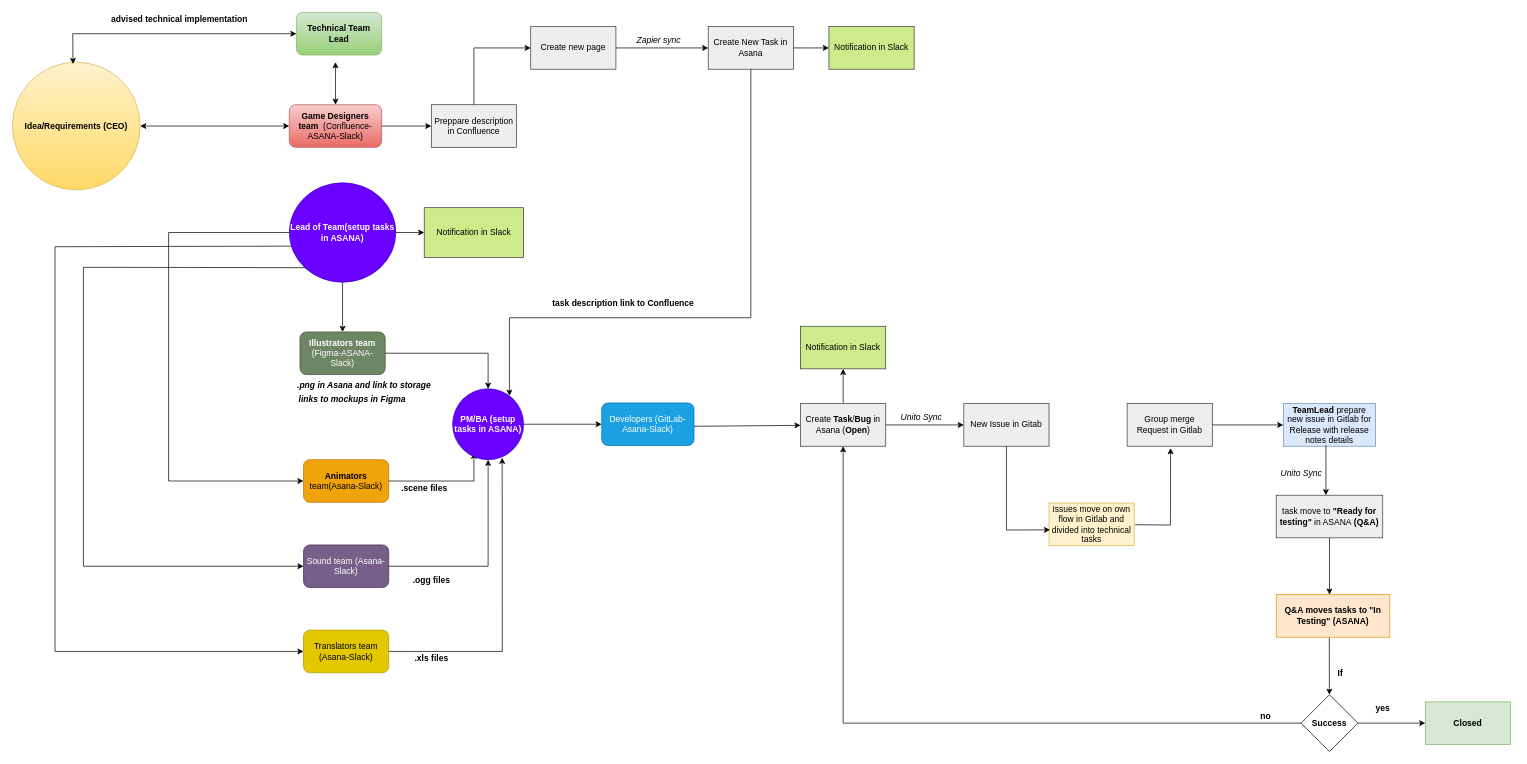
Earlier version of the draw.io diagram Development Sky network BP Diagram.drawio (annastazi09/blog). Source tidied: cells renumbered, new cells numbered last; positions are measured from the earlier drawing's top-left corner, leaving out a move shared by most shapes. Both pictures are drawn from the tidied source at 71%, with x=0, y=0 at pixel (12, 12).
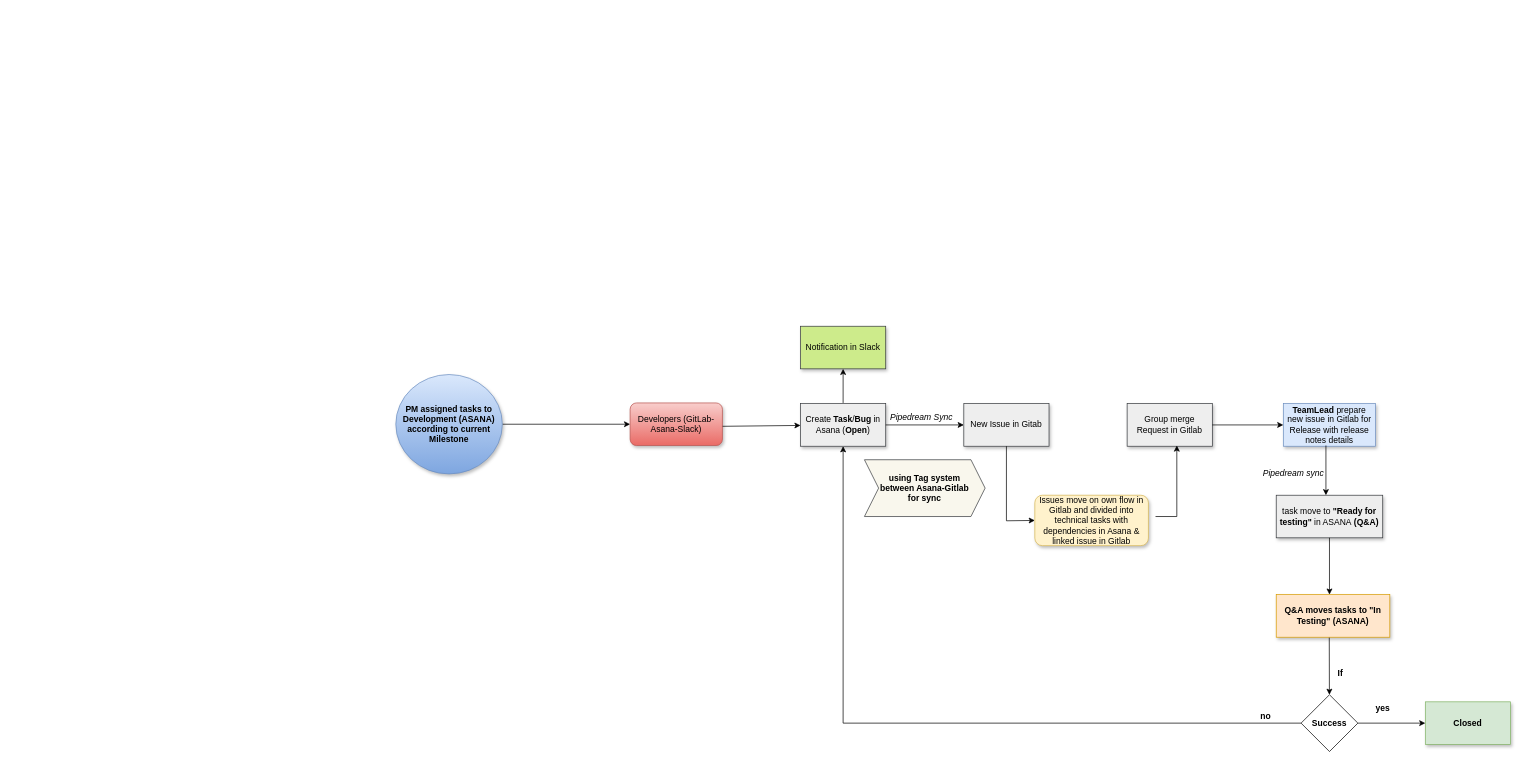
The same diagram, later.

The edit, as a diff of the source:
```diff
@@
-    <mxCell id="2" value="&lt;b&gt;Idea/Requirements (CEO)&lt;/b&gt;" style="ellipse;whiteSpace=wrap;html=1;fillColor=#fff2cc;strokeColor=#d6b656;gradientColor=#ffd966;" parent="1" vertex="1">
-      <mxGeometry y="70" width="180" height="180" as="geometry" />
-    </mxCell>
-    <mxCell id="3" value="&lt;b&gt;Game Designers team&amp;nbsp;&lt;/b&gt; (Confluence-ASANA-Slack)" style="rounded=1;whiteSpace=wrap;html=1;fillColor=#f8cecc;strokeColor=#b85450;gradientColor=#ea6b66;" parent="1" vertex="1">
-      <mxGeometry x="390" y="130" width="130" height="60" as="geometry" />
-    </mxCell>
-    <mxCell id="4" value="&lt;b&gt;Illustrators team&lt;/b&gt; (Figma-ASANA-Slack)" style="rounded=1;whiteSpace=wrap;html=1;fillColor=#6d8764;fontColor=#ffffff;strokeColor=#3A5431;" parent="1" vertex="1">
-      <mxGeometry x="405" y="450" width="120" height="60" as="geometry" />
-    </mxCell>
-    <mxCell id="5" value="&lt;b&gt;Animators&lt;/b&gt; team(Asana-Slack)" style="rounded=1;whiteSpace=wrap;html=1;fillColor=#f0a30a;fontColor=#000000;strokeColor=#BD7000;" parent="1" vertex="1">
-      <mxGeometry x="410" y="630" width="120" height="60" as="geometry" />
-    </mxCell>
-    <mxCell id="6" value="Sound team (Asana-Slack)" style="rounded=1;whiteSpace=wrap;html=1;fillColor=#76608a;fontColor=#ffffff;strokeColor=#432D57;" parent="1" vertex="1">
-      <mxGeometry x="410" y="750" width="120" height="60" as="geometry" />
-    </mxCell>
-    <mxCell id="7" value="Translators team (Asana-Slack)" style="rounded=1;whiteSpace=wrap;html=1;fillColor=#e3c800;fontColor=#000000;strokeColor=#B09500;" parent="1" vertex="1">
-      <mxGeometry x="410" y="870" width="120" height="60" as="geometry" />
-    </mxCell>
-    <mxCell id="8" style="endArrow=classic;html=1;rounded=0;exitX=1;exitY=0.5;exitDx=0;exitDy=0;" parent="1" edge="1" source="5">
-      <mxGeometry relative="1" as="geometry">
-        <mxPoint x="650" y="620" as="targetPoint" />
-        <Array as="points">
-          <mxPoint x="650" y="660" />
-        </Array>
-      </mxGeometry>
-    </mxCell>
-    <mxCell id="9" style="endArrow=classic;html=1;rounded=0;exitX=1;exitY=0.5;exitDx=0;exitDy=0;entryX=0.5;entryY=1;entryDx=0;entryDy=0;" parent="1" edge="1" source="6" target="34">
-      <mxGeometry relative="1" as="geometry">
-        <Array as="points">
-          <mxPoint x="670" y="780" />
-        </Array>
-      </mxGeometry>
-    </mxCell>
-    <mxCell id="10" style="endArrow=classic;html=1;rounded=0;entryX=0.698;entryY=0.973;entryDx=0;entryDy=0;entryPerimeter=0;exitX=1;exitY=0.5;exitDx=0;exitDy=0;" parent="1" edge="1" source="7" target="34">
-      <mxGeometry relative="1" as="geometry">
-        <Array as="points">
-          <mxPoint x="690" y="900" />
-        </Array>
-      </mxGeometry>
-    </mxCell>
-    <mxCell id="11" style="endArrow=classic;html=1;rounded=0;exitX=1;exitY=0.5;exitDx=0;exitDy=0;entryX=0.5;entryY=0;entryDx=0;entryDy=0;" parent="1" edge="1" source="4" target="34">
-      <mxGeometry relative="1" as="geometry">
-        <Array as="points">
-          <mxPoint x="670" y="480" />
-        </Array>
-      </mxGeometry>
-    </mxCell>
-    <mxCell id="12" value="&lt;b&gt;.scene files&lt;/b&gt;" style="text;html=1;align=center;verticalAlign=middle;strokeColor=none;fillColor=none;" parent="1" vertex="1">
-      <mxGeometry x="535" y="655" width="90" height="30" as="geometry" />
-    </mxCell>
-    <mxCell id="13" value="&lt;b&gt;.ogg files&lt;/b&gt;" style="text;html=1;align=center;verticalAlign=middle;strokeColor=none;fillColor=none;" parent="1" vertex="1">
-      <mxGeometry x="555" y="790" width="70" height="20" as="geometry" />
-    </mxCell>
-    <mxCell id="14" value="&lt;b&gt;.xls files&lt;/b&gt;" style="text;html=1;align=center;verticalAlign=middle;strokeColor=none;fillColor=none;" parent="1" vertex="1">
-      <mxGeometry x="560" y="900" width="60" height="20" as="geometry" />
-    </mxCell>
-    <mxCell id="15" value="&lt;b&gt;&lt;i&gt;links to mockups in Figma&amp;nbsp;&lt;/i&gt;&lt;/b&gt;" style="text;html=1;align=center;verticalAlign=middle;strokeColor=none;fillColor=none;" parent="1" vertex="1">
-      <mxGeometry x="390" y="530" width="180" height="30" as="geometry" />
-    </mxCell>
-    <mxCell id="16" value="Preppare description in Confluence" style="rounded=0;whiteSpace=wrap;html=1;fillColor=#eeeeee;strokeColor=#36393d;" parent="1" vertex="1">
-      <mxGeometry x="590" y="130" width="120" height="60" as="geometry" />
-    </mxCell>
-    <mxCell id="17" style="endArrow=classic;html=1;rounded=0;exitX=1;exitY=0.5;exitDx=0;exitDy=0;entryX=0;entryY=0.5;entryDx=0;entryDy=0;" parent="1" edge="1" source="3" target="16">
-      <mxGeometry relative="1" as="geometry" />
-    </mxCell>
-    <mxCell id="18" value="Create new page" style="rounded=0;whiteSpace=wrap;html=1;fillColor=#eeeeee;strokeColor=#36393d;" parent="1" vertex="1">
-      <mxGeometry x="730" y="20" width="120" height="60" as="geometry" />
-    </mxCell>
-    <mxCell id="19" value="Create New Task in Asana" style="rounded=0;whiteSpace=wrap;html=1;fillColor=#eeeeee;strokeColor=#36393d;" parent="1" vertex="1">
-      <mxGeometry x="980" y="20" width="120" height="60" as="geometry" />
-    </mxCell>
-    <mxCell id="20" style="endArrow=classic;html=1;rounded=0;exitX=1;exitY=0.5;exitDx=0;exitDy=0;entryX=0;entryY=0.5;entryDx=0;entryDy=0;" parent="1" edge="1" source="18" target="19">
-      <mxGeometry relative="1" as="geometry" />
-    </mxCell>
-    <mxCell id="21" style="endArrow=classic;html=1;rounded=0;exitX=0.5;exitY=0;exitDx=0;exitDy=0;entryX=0;entryY=0.5;entryDx=0;entryDy=0;" parent="1" edge="1" source="16" target="18">
-      <mxGeometry relative="1" as="geometry">
-        <Array as="points">
-          <mxPoint x="650" y="50" />
-        </Array>
-      </mxGeometry>
-    </mxCell>
-    <mxCell id="22" value="Notification in Slack" style="rounded=0;whiteSpace=wrap;html=1;fillColor=#cdeb8b;strokeColor=#36393d;" parent="1" vertex="1">
-      <mxGeometry x="1150" y="20" width="120" height="60" as="geometry" />
-    </mxCell>
-    <mxCell id="23" style="endArrow=classic;html=1;rounded=0;entryX=0;entryY=0.5;entryDx=0;entryDy=0;exitX=1;exitY=0.5;exitDx=0;exitDy=0;" parent="1" edge="1" source="19" target="22">
-      <mxGeometry relative="1" as="geometry" />
-    </mxCell>
-    <mxCell id="24" value="Notification in Slack" style="rounded=0;whiteSpace=wrap;html=1;fillColor=#cdeb8b;strokeColor=#36393d;" parent="1" vertex="1">
-      <mxGeometry x="580" y="275" width="140" height="70" as="geometry" />
-    </mxCell>
@@
-    <mxCell id="26" value="&lt;b&gt;Lead of Team(setup tasks in ASANA)&lt;/b&gt;" style="ellipse;whiteSpace=wrap;html=1;fillColor=#6a00ff;strokeColor=#3700CC;fontColor=#ffffff;" parent="1" vertex="1">
-      <mxGeometry x="390" y="240" width="150" height="140" as="geometry" />
-    </mxCell>
-    <mxCell id="27" style="endArrow=classic;html=1;rounded=0;exitX=0.5;exitY=1;exitDx=0;exitDy=0;entryX=0.5;entryY=0;entryDx=0;entryDy=0;" parent="1" edge="1" source="26" target="4">
-      <mxGeometry relative="1" as="geometry" />
-    </mxCell>
-    <mxCell id="28" style="endArrow=classic;html=1;rounded=0;exitX=0;exitY=0.5;exitDx=0;exitDy=0;entryX=0;entryY=0.5;entryDx=0;entryDy=0;" parent="1" edge="1" source="26" target="5">
-      <mxGeometry relative="1" as="geometry">
-        <Array as="points">
-          <mxPoint x="220" y="310" />
-          <mxPoint x="220" y="660" />
-        </Array>
-      </mxGeometry>
-    </mxCell>
-    <mxCell id="29" style="endArrow=classic;html=1;rounded=0;entryX=0;entryY=0.5;entryDx=0;entryDy=0;exitX=0;exitY=1;exitDx=0;exitDy=0;" parent="1" edge="1" source="26" target="6">
-      <mxGeometry relative="1" as="geometry">
-        <Array as="points">
-          <mxPoint x="100" y="359" />
-          <mxPoint x="100" y="780" />
-        </Array>
-      </mxGeometry>
-    </mxCell>
-    <mxCell id="30" style="endArrow=classic;html=1;rounded=0;entryX=0;entryY=0.5;entryDx=0;entryDy=0;exitX=0.019;exitY=0.637;exitDx=0;exitDy=0;exitPerimeter=0;" parent="1" edge="1" source="26" target="7">
-      <mxGeometry relative="1" as="geometry">
-        <Array as="points">
-          <mxPoint x="60" y="330" />
-          <mxPoint x="60" y="900" />
-        </Array>
-      </mxGeometry>
-    </mxCell>
-    <mxCell id="31" style="endArrow=classic;html=1;rounded=0;exitX=1;exitY=0.5;exitDx=0;exitDy=0;entryX=0;entryY=0.5;entryDx=0;entryDy=0;" parent="1" edge="1" source="26" target="24">
-      <mxGeometry relative="1" as="geometry" />
-    </mxCell>
-    <mxCell id="32" style="endArrow=classic;startArrow=classic;html=1;rounded=0;exitX=1;exitY=0.5;exitDx=0;exitDy=0;entryX=0;entryY=0.5;entryDx=0;entryDy=0;" parent="1" edge="1" source="2" target="3">
-      <mxGeometry relative="1" as="geometry" />
-    </mxCell>
-    <mxCell id="33" value="Developers (GitLab-Asana-Slack)" style="rounded=1;whiteSpace=wrap;html=1;fillColor=#1ba1e2;fontColor=#ffffff;strokeColor=#006EAF;" parent="1" vertex="1">
-      <mxGeometry x="830" y="550" width="130" height="60" as="geometry" />
+    <mxCell id="33" value="Developers (GitLab-Asana-Slack)" style="rounded=1;whiteSpace=wrap;html=1;fillColor=#f8cecc;strokeColor=#b85450;gradientColor=#ea6b66;shadow=1;" parent="1" vertex="1">
+      <mxGeometry x="870" y="550" width="130" height="60" as="geometry" />
     </mxCell>
-    <mxCell id="34" value="&lt;b&gt;PM/BA (setup tasks in ASANA)&lt;/b&gt;" style="ellipse;whiteSpace=wrap;html=1;fillColor=#6a00ff;strokeColor=#3700CC;fontColor=#ffffff;" parent="1" vertex="1">
-      <mxGeometry x="620" y="530" width="100" height="100" as="geometry" />
+    <mxCell id="34" value="&lt;b&gt;PM assigned tasks to Development (ASANA) according to current Milestone&lt;/b&gt;" style="ellipse;whiteSpace=wrap;html=1;fillColor=#dae8fc;strokeColor=#6c8ebf;gradientColor=#7ea6e0;shadow=1;" parent="1" vertex="1">
+      <mxGeometry x="540" y="510" width="150" height="140" as="geometry" />
     </mxCell>
-    <mxCell id="35" style="endArrow=classic;html=1;rounded=0;exitX=0.5;exitY=1;exitDx=0;exitDy=0;" parent="1" edge="1" source="19">
-      <mxGeometry relative="1" as="geometry">
-        <mxPoint x="700" y="540" as="targetPoint" />
-        <Array as="points">
-          <mxPoint x="1040" y="430" />
-          <mxPoint x="700" y="430" />
-        </Array>
-      </mxGeometry>
-    </mxCell>
-    <mxCell id="36" value="&lt;b&gt;task description link to Confluence&lt;/b&gt;" style="text;html=1;align=center;verticalAlign=middle;strokeColor=none;fillColor=none;" parent="1" vertex="1">
-      <mxGeometry x="755" y="400" width="210" height="20" as="geometry" />
-    </mxCell>
-    <mxCell id="37" value="Notification in Slack" style="rounded=0;whiteSpace=wrap;html=1;fillColor=#cdeb8b;strokeColor=#36393d;" parent="1" vertex="1">
+    <mxCell id="37" value="Notification in Slack" style="rounded=0;whiteSpace=wrap;html=1;fillColor=#cdeb8b;strokeColor=#36393d;shadow=1;" parent="1" vertex="1">
       <mxGeometry x="1110" y="442" width="120" height="60" as="geometry" />
     </mxCell>
-    <mxCell id="38" value="Create &lt;b&gt;Task&lt;/b&gt;/&lt;b&gt;Bug &lt;/b&gt;in Asana (&lt;b&gt;Open&lt;/b&gt;)" style="rounded=0;whiteSpace=wrap;html=1;fillColor=#eeeeee;strokeColor=#36393d;" parent="1" vertex="1">
+    <mxCell id="38" value="Create &lt;b&gt;Task&lt;/b&gt;/&lt;b&gt;Bug &lt;/b&gt;in Asana (&lt;b&gt;Open&lt;/b&gt;)" style="rounded=0;whiteSpace=wrap;html=1;fillColor=#eeeeee;strokeColor=#36393d;shadow=1;" parent="1" vertex="1">
       <mxGeometry x="1110" y="551" width="120" height="60" as="geometry" />
     </mxCell>
@@
-    <mxCell id="40" value="New Issue in Gitab" style="rounded=0;whiteSpace=wrap;html=1;fillColor=#eeeeee;strokeColor=#36393d;" parent="1" vertex="1">
+    <mxCell id="40" value="New Issue in Gitab" style="rounded=0;whiteSpace=wrap;html=1;fillColor=#eeeeee;strokeColor=#36393d;shadow=1;" parent="1" vertex="1">
       <mxGeometry x="1340" y="551" width="120" height="60" as="geometry" />
     </mxCell>
-    <mxCell id="41" value="&lt;i&gt;Unito Sync&lt;/i&gt;" style="text;html=1;align=center;verticalAlign=middle;strokeColor=none;fillColor=none;" parent="1" vertex="1">
-      <mxGeometry x="1245" y="561" width="70" height="20" as="geometry" />
+    <mxCell id="41" value="&lt;i&gt;Pipedream Sync&lt;/i&gt;" style="text;html=1;align=center;verticalAlign=middle;strokeColor=none;fillColor=none;" parent="1" vertex="1">
+      <mxGeometry x="1225" y="556" width="110" height="30" as="geometry" />
     </mxCell>
-    <mxCell id="42" value="&lt;i&gt;Zapier sync&lt;/i&gt;" style="text;html=1;align=center;verticalAlign=middle;strokeColor=none;fillColor=none;" parent="1" vertex="1">
-      <mxGeometry x="870" y="30" width="80" height="20" as="geometry" />
-    </mxCell>
-    <mxCell id="43" value="Group merge Request in Gitlab" style="rounded=0;whiteSpace=wrap;html=1;fillColor=#eeeeee;strokeColor=#36393d;" parent="1" vertex="1">
+    <mxCell id="43" value="Group merge Request in Gitlab" style="rounded=0;whiteSpace=wrap;html=1;fillColor=#eeeeee;strokeColor=#36393d;shadow=1;" parent="1" vertex="1">
       <mxGeometry x="1570" y="551" width="120" height="60" as="geometry" />
     </mxCell>
-    <mxCell id="44" style="endArrow=classic;html=1;rounded=0;exitX=1.012;exitY=0.509;exitDx=0;exitDy=0;entryX=0.51;entryY=1.044;entryDx=0;entryDy=0;exitPerimeter=0;entryPerimeter=0;" parent="1" edge="1" source="62" target="43">
+    <mxCell id="44" style="endArrow=classic;html=1;rounded=0;" parent="1" edge="1">
       <mxGeometry relative="1" as="geometry">
+        <mxPoint x="1610" y="710" as="sourcePoint" />
+        <mxPoint x="1640" y="610" as="targetPoint" />
         <Array as="points">
-          <mxPoint x="1631" y="722" />
+          <mxPoint x="1640" y="710" />
         </Array>
       </mxGeometry>
     </mxCell>
-    <mxCell id="45" value="&lt;b&gt;TeamLead &lt;/b&gt;prepare new issue in Gitlab for Release with release notes details" style="rounded=0;whiteSpace=wrap;html=1;fillColor=#dae8fc;strokeColor=#6c8ebf;" parent="1" vertex="1">
+    <mxCell id="45" value="&lt;b&gt;TeamLead &lt;/b&gt;prepare new issue in Gitlab for Release with release notes details" style="rounded=0;whiteSpace=wrap;html=1;fillColor=#dae8fc;strokeColor=#6c8ebf;shadow=1;" parent="1" vertex="1">
       <mxGeometry x="1790" y="551" width="130" height="60" as="geometry" />
     </mxCell>
@@
-    <mxCell id="47" value="task move to&lt;b&gt; &quot;Ready for testing&quot;&lt;/b&gt; in ASANA&amp;nbsp;&lt;b&gt;(Q&amp;amp;A)&lt;/b&gt;" style="rounded=0;whiteSpace=wrap;html=1;fillColor=#eeeeee;strokeColor=#36393d;" parent="1" vertex="1">
+    <mxCell id="47" value="task move to&lt;b&gt; &quot;Ready for testing&quot;&lt;/b&gt; in ASANA&amp;nbsp;&lt;b&gt;(Q&amp;amp;A)&lt;/b&gt;" style="rounded=0;whiteSpace=wrap;html=1;fillColor=#eeeeee;strokeColor=#36393d;shadow=1;" parent="1" vertex="1">
       <mxGeometry x="1780" y="680" width="150" height="60" as="geometry" />
     </mxCell>
@@
-    <mxCell id="53" value="&lt;b&gt;Closed&lt;/b&gt;" style="rounded=0;whiteSpace=wrap;html=1;fillColor=#d5e8d4;strokeColor=#82b366;" parent="1" vertex="1">
+    <mxCell id="53" value="&lt;b&gt;Closed&lt;/b&gt;" style="rounded=0;whiteSpace=wrap;html=1;fillColor=#d5e8d4;strokeColor=#82b366;shadow=1;" parent="1" vertex="1">
       <mxGeometry x="1990" y="971" width="120" height="60" as="geometry" />
     </mxCell>
@@
-    <mxCell id="57" value="&lt;b&gt;Technical Team Lead&lt;/b&gt;" style="rounded=1;whiteSpace=wrap;html=1;fillColor=#d5e8d4;strokeColor=#82b366;gradientColor=#97d077;" parent="1" vertex="1">
-      <mxGeometry x="400" width="120" height="60" as="geometry" />
-    </mxCell>
-    <mxCell id="58" style="endArrow=classic;startArrow=classic;html=1;rounded=0;entryX=0;entryY=0.5;entryDx=0;entryDy=0;exitX=0.474;exitY=0.015;exitDx=0;exitDy=0;exitPerimeter=0;" parent="1" edge="1" source="2" target="57">
-      <mxGeometry relative="1" as="geometry">
-        <Array as="points">
-          <mxPoint x="85" y="30" />
-        </Array>
-      </mxGeometry>
-    </mxCell>
-    <mxCell id="59" style="endArrow=classic;startArrow=classic;html=1;rounded=0;exitX=0.5;exitY=0;exitDx=0;exitDy=0;" parent="1" edge="1" source="3">
-      <mxGeometry relative="1" as="geometry">
-        <mxPoint x="455" y="70" as="targetPoint" />
-      </mxGeometry>
-    </mxCell>
-    <mxCell id="60" value="&lt;b&gt;advised&amp;nbsp;technical implementation&lt;/b&gt;" style="text;html=1;align=center;verticalAlign=middle;strokeColor=none;fillColor=none;rotation=0;" parent="1" vertex="1">
-      <mxGeometry x="130" width="210" height="20" as="geometry" />
-    </mxCell>
-    <mxCell id="61" value="&lt;i&gt;Unito Sync&lt;/i&gt;" style="text;html=1;align=center;verticalAlign=middle;strokeColor=none;fillColor=none;" parent="1" vertex="1">
-      <mxGeometry x="1780" y="640" width="70" height="20" as="geometry" />
+    <mxCell id="61" value="&lt;i&gt;Pipedream sync&lt;/i&gt;" style="text;html=1;align=center;verticalAlign=middle;strokeColor=none;fillColor=none;" parent="1" vertex="1">
+      <mxGeometry x="1749" y="635" width="110" height="30" as="geometry" />
     </mxCell>
-    <mxCell id="62" value="Issues move on own flow in Gitlab and divided into technical tasks" style="rounded=0;whiteSpace=wrap;html=1;fillColor=#fff2cc;strokeColor=#d6b656;" parent="1" vertex="1">
-      <mxGeometry x="1460" y="691" width="120" height="60" as="geometry" />
+    <mxCell id="62" value="Issues move on own flow in Gitlab and divided into technical tasks with dependencies in Asana &amp;amp; linked issue in Gitlab" style="rounded=1;whiteSpace=wrap;html=1;fillColor=#fff2cc;strokeColor=#d6b656;shadow=1;" parent="1" vertex="1">
+      <mxGeometry x="1440" y="680" width="160" height="71" as="geometry" />
     </mxCell>
-    <mxCell id="63" style="endArrow=classic;html=1;rounded=0;entryX=0.012;entryY=0.63;entryDx=0;entryDy=0;entryPerimeter=0;" parent="1" edge="1" source="40" target="62">
+    <mxCell id="63" style="endArrow=classic;html=1;rounded=0;entryX=0;entryY=0.5;entryDx=0;entryDy=0;" parent="1" edge="1" source="40" target="62">
       <mxGeometry relative="1" as="geometry">
         <Array as="points">
-          <mxPoint x="1400" y="729" />
+          <mxPoint x="1400" y="716" />
         </Array>
       </mxGeometry>
     </mxCell>
@@
-    <mxCell id="66" value="&lt;b&gt;Q&amp;amp;A moves tasks to &quot;In Testing&quot; (ASANA)&lt;/b&gt;" style="rounded=0;whiteSpace=wrap;html=1;fillColor=#ffe6cc;strokeColor=#d79b00;" parent="1" vertex="1">
+    <mxCell id="66" value="&lt;b&gt;Q&amp;amp;A moves tasks to &quot;In Testing&quot; (ASANA)&lt;/b&gt;" style="rounded=0;whiteSpace=wrap;html=1;fillColor=#ffe6cc;strokeColor=#d79b00;shadow=1;" parent="1" vertex="1">
       <mxGeometry x="1780" y="820" width="160" height="60" as="geometry" />
     </mxCell>
@@
-    <mxCell id="68" value="&lt;i&gt;&lt;b&gt;.png in Asana and link to storage&lt;/b&gt;&lt;/i&gt;" style="text;html=1;align=center;verticalAlign=middle;strokeColor=none;fillColor=none;" parent="1" vertex="1">
-      <mxGeometry x="390" y="510" width="210" height="30" as="geometry" />
-    </mxCell>
+    <mxCell id="69" value="&lt;b style=&quot;border-color: var(--border-color);&quot;&gt;using Tag system &lt;br&gt;between Asana-Gitlab &lt;br&gt;for sync&lt;/b&gt;" style="shape=step;perimeter=stepPerimeter;whiteSpace=wrap;html=1;fixedSize=1;fillColor=#f9f7ed;strokeColor=#36393d;" parent="1" vertex="1">
+      <mxGeometry x="1200" y="630" width="170" height="80" as="geometry" />
+    </mxCell>
```
